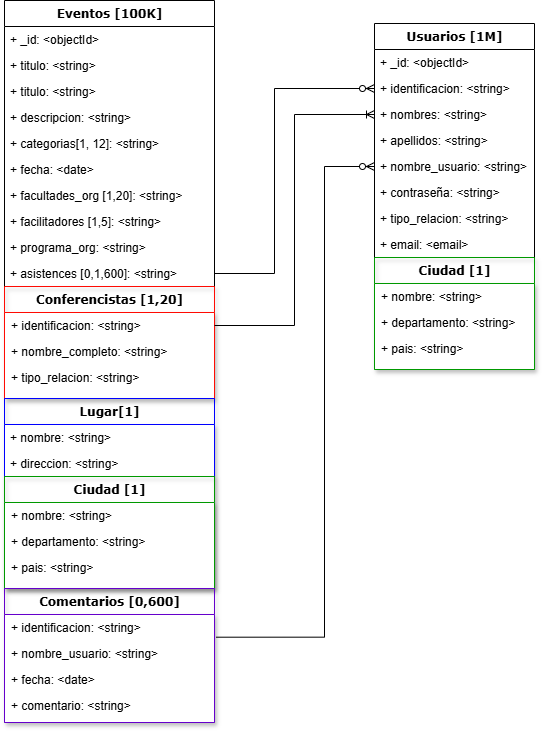
Before: docs/Eventos_MongoDB.drawio.png, a diagram exported from draw.io (Andrewdpg/sistema-de-eventos). Source tidied: cells renumbered, new cells last; positions are measured from the earlier drawing's top-left corner, leaving out a move shared by most shapes.
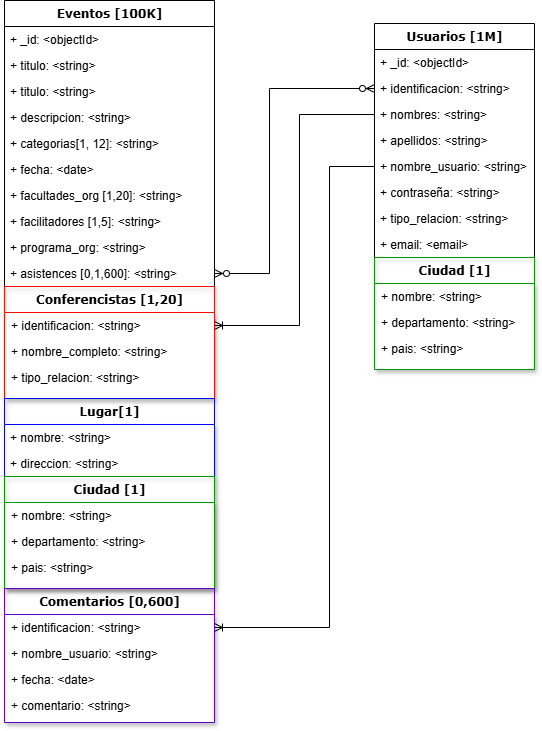
The same diagram one commit later.

What changed in the source:
```diff
@@ -122,30 +122,27 @@
     <mxCell id="41" value="+ pais: &amp;lt;string&amp;gt;" style="text;html=1;strokeColor=none;fillColor=none;align=left;verticalAlign=top;spacingLeft=4;spacingRight=4;whiteSpace=wrap;overflow=hidden;" parent="38" vertex="1">
       <mxGeometry x="1" y="78" width="159" height="26" as="geometry" />
     </mxCell>
-    <mxCell id="42" style="edgeStyle=orthogonalEdgeStyle;fontSize=12;html=1;endArrow=ERoneToMany;rounded=0;exitX=1;exitY=0.5;exitDx=0;exitDy=0;entryX=0;entryY=0.5;entryDx=0;entryDy=0;" parent="1" edge="1" source="14" target="32">
-      <mxGeometry relative="1" as="geometry">
-        <Array as="points">
-          <mxPoint x="290" y="325" />
-          <mxPoint x="290" y="114" />
-        </Array>
-      </mxGeometry>
-    </mxCell>
-    <mxCell id="43" style="edgeStyle=orthogonalEdgeStyle;fontSize=12;html=1;endArrow=ERzeroToMany;endFill=1;rounded=0;exitX=1;exitY=0.5;exitDx=0;exitDy=0;" parent="1" edge="1" source="12">
-      <mxGeometry relative="1" as="geometry">
-        <mxPoint x="370" y="88" as="targetPoint" />
-        <Array as="points">
-          <mxPoint x="270" y="273" />
-          <mxPoint x="270" y="88" />
-        </Array>
-      </mxGeometry>
-    </mxCell>
-    <mxCell id="44" style="edgeStyle=orthogonalEdgeStyle;fontSize=12;html=1;endArrow=ERzeroToMany;endFill=1;rounded=0;entryX=0;entryY=0.5;entryDx=0;entryDy=0;exitX=1.008;exitY=0.873;exitDx=0;exitDy=0;exitPerimeter=0;" parent="1" edge="1" source="25" target="34">
-      <mxGeometry relative="1" as="geometry">
-        <Array as="points">
-          <mxPoint x="320" y="637" />
-          <mxPoint x="320" y="166" />
-        </Array>
-      </mxGeometry>
-    </mxCell>
+    <mxCell id="45" style="edgeStyle=orthogonalEdgeStyle;fontSize=12;html=1;endArrow=ERzeroToMany;endFill=1;startArrow=ERzeroToMany;rounded=0;exitX=1;exitY=0.5;exitDx=0;exitDy=0;entryX=0;entryY=0.5;entryDx=0;entryDy=0;" parent="1" edge="1" source="12" target="31">
+      <mxGeometry relative="1" as="geometry">
+        <Array as="points">
+          <mxPoint x="265" y="273" />
+          <mxPoint x="265" y="88" />
+        </Array>
+      </mxGeometry>
+    </mxCell>
+    <mxCell id="46" style="edgeStyle=elbowEdgeStyle;fontSize=12;html=1;endArrow=ERoneToMany;rounded=0;exitX=0;exitY=0.5;exitDx=0;exitDy=0;entryX=1;entryY=0.5;entryDx=0;entryDy=0;" parent="1" edge="1" source="34" target="25">
+      <mxGeometry relative="1" as="geometry">
+        <Array as="points">
+          <mxPoint x="325" y="396" />
+        </Array>
+      </mxGeometry>
+    </mxCell>
+    <mxCell id="47" style="edgeStyle=elbowEdgeStyle;fontSize=12;html=1;endArrow=ERoneToMany;rounded=0;exitX=0;exitY=0.5;exitDx=0;exitDy=0;entryX=1;entryY=0.5;entryDx=0;entryDy=0;" parent="1" edge="1" source="32" target="14">
+      <mxGeometry relative="1" as="geometry">
+        <Array as="points">
+          <mxPoint x="295" y="116" />
+        </Array>
+      </mxGeometry>
+    </mxCell>
   </root>
 </mxGraphModel>
```
